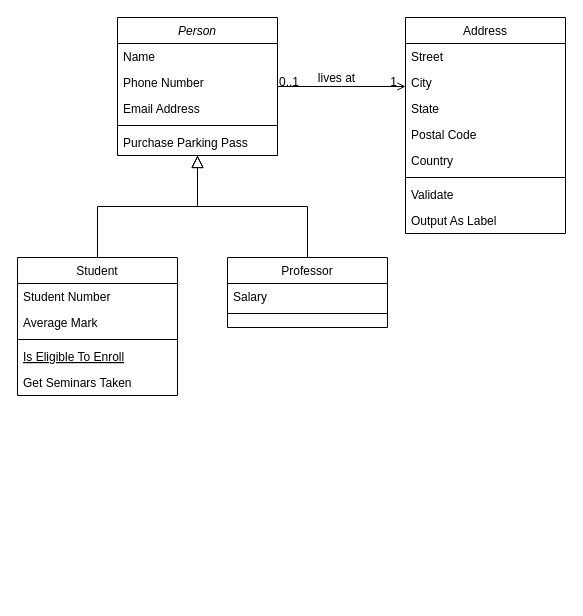
Before: Untitled Diagram.drawio in penger/z_demo, a draw.io diagram. Source tidied: cells renumbered, new cells numbered last; positions are measured from the earlier drawing's top-left corner, leaving out a move shared by most shapes. Both pictures are drawn from the tidied source at 100%, with x=0, y=0 at pixel (17, 17).
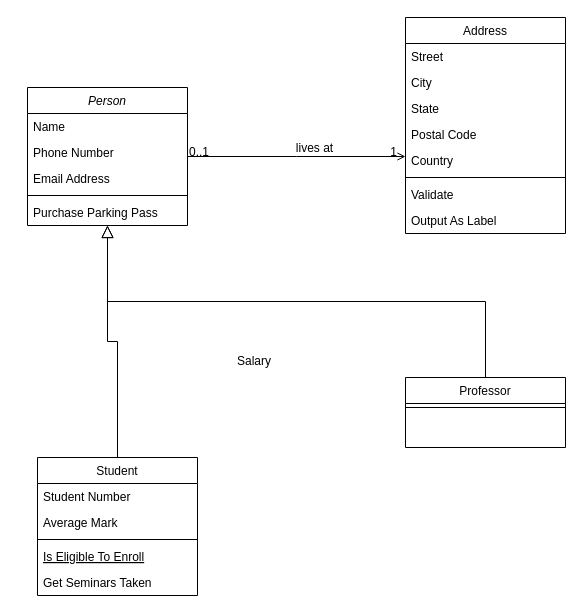
The same diagram, later.

What changed in the source:
```diff
@@
     <mxCell id="2" value="Person" style="swimlane;fontStyle=2;align=center;verticalAlign=top;horizontal=1;startSize=26;rounded=0;shadow=0;strokeWidth=1;" parent="1" vertex="1">
-      <mxGeometry x="100" width="160" height="138" as="geometry" />
+      <mxGeometry x="10" y="70" width="160" height="138" as="geometry" />
     </mxCell>
@@
     <mxCell id="8" value="Student" style="swimlane;fontStyle=0;align=center;verticalAlign=top;horizontal=1;startSize=26;rounded=0;shadow=0;strokeWidth=1;" parent="1" vertex="1">
-      <mxGeometry y="240" width="160" height="138" as="geometry" />
+      <mxGeometry x="20" y="440" width="160" height="138" as="geometry" />
     </mxCell>
@@
     <mxCell id="15" value="Professor" style="swimlane;fontStyle=0;align=center;verticalAlign=top;horizontal=1;startSize=26;rounded=0;shadow=0;strokeWidth=1;" parent="1" vertex="1">
-      <mxGeometry x="210" y="240" width="160" height="70" as="geometry" />
+      <mxGeometry x="388" y="360" width="160" height="70" as="geometry" />
     </mxCell>
-    <mxCell id="16" value="Salary" style="text;align=left;verticalAlign=top;spacingLeft=4;spacingRight=4;overflow=hidden;" parent="15" vertex="1">
-      <mxGeometry y="26" width="160" height="26" as="geometry" />
-    </mxCell>
     <mxCell id="17" style="line;html=1;strokeWidth=1;align=left;verticalAlign=middle;spacingTop=-1;spacingLeft=3;spacingRight=3;labelPosition=right;" parent="15" vertex="1">
-      <mxGeometry y="52" width="160" height="8" as="geometry" />
+      <mxGeometry y="26" width="160" height="8" as="geometry" />
     </mxCell>
@@
+    <mxCell id="16" value="Salary" style="text;align=left;verticalAlign=top;spacingLeft=4;spacingRight=4;overflow=hidden;" parent="1" vertex="1">
+      <mxGeometry x="214" y="330" width="160" height="26" as="geometry" />
+    </mxCell>
```
